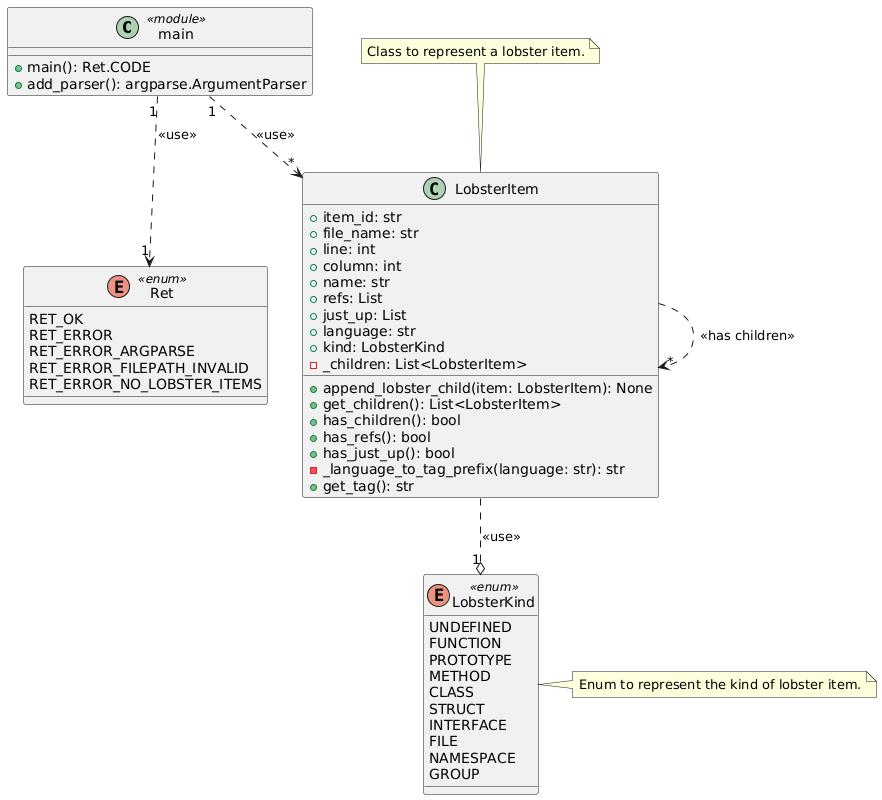
The PlantUML diagram doc/architecture/class_diagram.png in NewTec-GmbH/lobster-doxygen, before a commit.
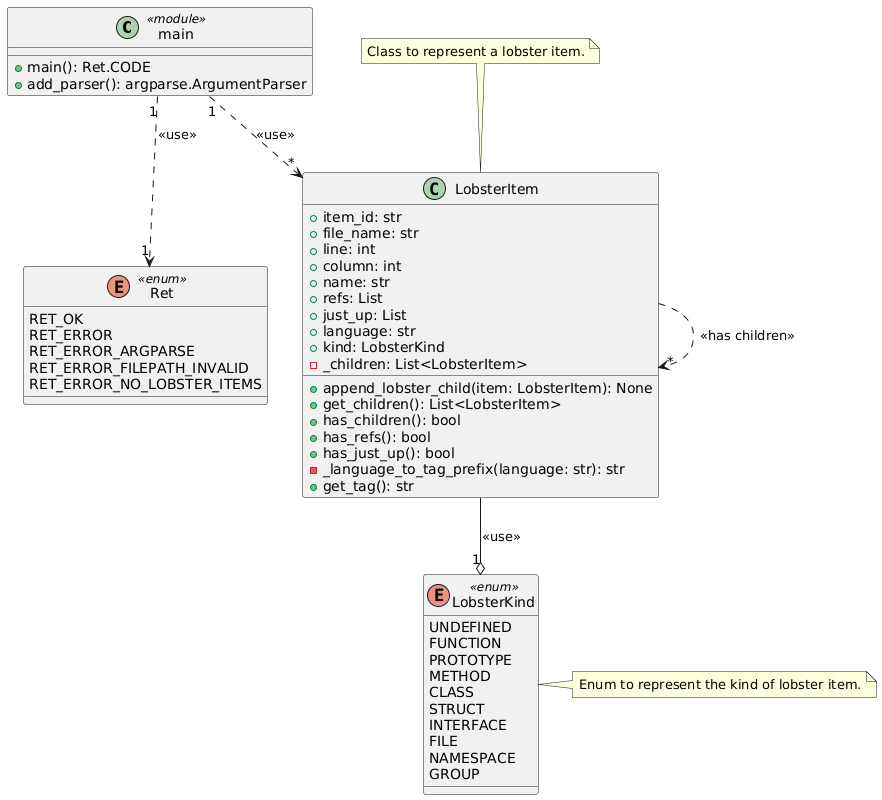
The same file after the commit.

Commit message:
Fixed review finding.

The edit, as a diff of the source:
```diff
@@ -60,6 +60,6 @@
 
 main "1" ..> "*" LobsterItem : <<use>>
 main "1" ..> "1" Ret : <<use>>
-LobsterItem ..o "1" LobsterKind : <<use>>
+LobsterItem --o "1" LobsterKind : <<use>>
 LobsterItem ..> "*" LobsterItem : <<has children>>
 @enduml
```
